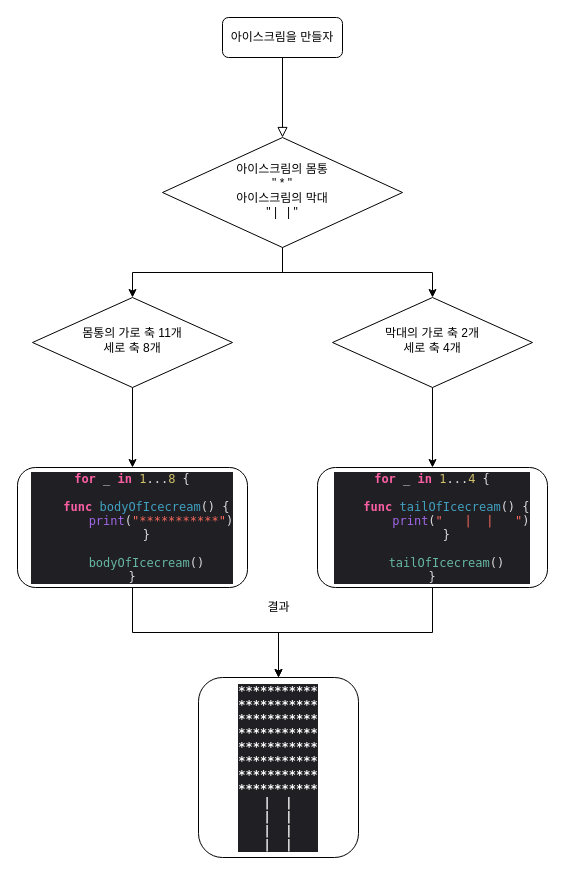
The draw.io diagram icecream.drawio in yagom-academy/swift-starter-Round1, before the edit. Source tidied: cells renumbered, new cells numbered last; positions are measured from the earlier drawing's top-left corner, leaving out a move shared by most shapes. Both pictures are drawn from the tidied source at 100%, with x=0, y=0 at pixel (17, 17).
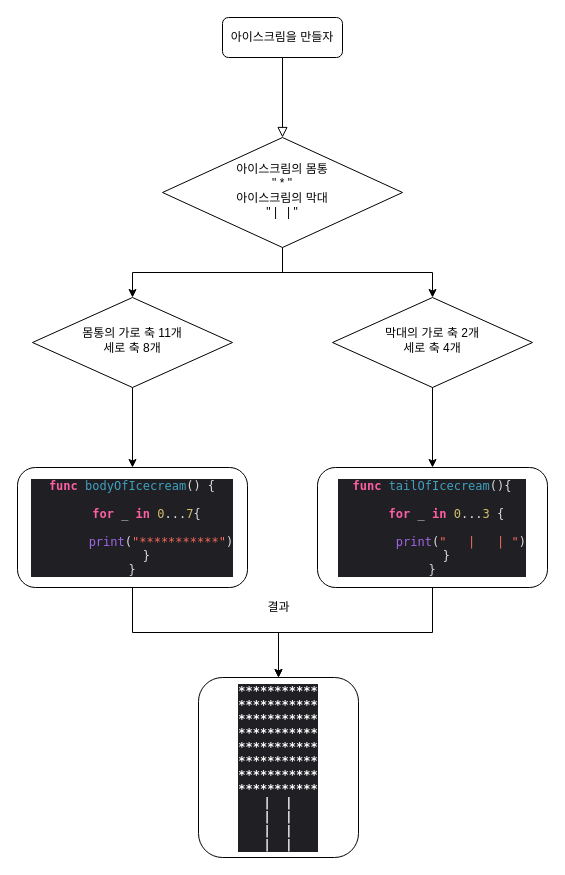
After the change.

Diff of the diagram source:
```diff
@@
 <mxGraphModel>
   <root>
     <mxCell id="0" />
     <mxCell id="1" parent="0" />
     <mxCell id="2" style="rounded=0;html=1;jettySize=auto;fontSize=11;endArrow=block;endFill=0;endSize=8;strokeWidth=1;shadow=0;labelBackgroundColor=none;edgeStyle=orthogonalEdgeStyle;" parent="1" edge="1" source="3" target="6">
       <mxGeometry relative="1" as="geometry" />
     </mxCell>
     <mxCell id="3" value="아이스크림을 만들자" style="rounded=1;whiteSpace=wrap;html=1;fontSize=12;glass=0;strokeWidth=1;shadow=0;" parent="1" vertex="1">
       <mxGeometry x="205" width="120" height="40" as="geometry" />
     </mxCell>
     <mxCell id="4" style="edgeStyle=orthogonalEdgeStyle;rounded=0;jettySize=auto;html=1;entryX=0.5;entryY=0;entryDx=0;entryDy=0;" parent="1" edge="1" source="6" target="8">
       <mxGeometry relative="1" as="geometry" />
     </mxCell>
     <mxCell id="5" style="edgeStyle=orthogonalEdgeStyle;rounded=0;jettySize=auto;html=1;entryX=0.5;entryY=0;entryDx=0;entryDy=0;" parent="1" edge="1" source="6" target="12">
       <mxGeometry relative="1" as="geometry" />
     </mxCell>
     <mxCell id="6" value="아이스크림의 몸통 &lt;br&gt;&quot; * &quot;&lt;br&gt;아이스크림의 막대&lt;br&gt;&quot; |&amp;nbsp; &amp;nbsp;| &quot;" style="rhombus;whiteSpace=wrap;html=1;shadow=0;fontFamily=Helvetica;fontSize=12;align=center;strokeWidth=1;spacing=6;spacingTop=-4;" parent="1" vertex="1">
       <mxGeometry x="145" y="120" width="240" height="110" as="geometry" />
     </mxCell>
     <mxCell id="7" style="edgeStyle=orthogonalEdgeStyle;rounded=0;jettySize=auto;html=1;" parent="1" edge="1" source="8" target="10">
       <mxGeometry relative="1" as="geometry" />
     </mxCell>
     <mxCell id="8" value="몸통의 가로 축 11개&lt;br&gt;세로 축 8개" style="rhombus;whiteSpace=wrap;html=1;shadow=0;fontFamily=Helvetica;fontSize=12;align=center;strokeWidth=1;spacing=6;spacingTop=-4;" parent="1" vertex="1">
       <mxGeometry x="15" y="280" width="200" height="90" as="geometry" />
     </mxCell>
     <mxCell id="9" style="edgeStyle=orthogonalEdgeStyle;rounded=0;jettySize=auto;html=1;" parent="1" edge="1" source="10" target="15">
       <mxGeometry relative="1" as="geometry" />
     </mxCell>
-    <mxCell id="10" value="&lt;p class=&quot;p1&quot; style=&quot;margin: 0px ; font-stretch: normal ; line-height: normal ; font-family: &amp;#34;menlo&amp;#34; ; color: rgba(255 , 255 , 255 , 0.85) ; background-color: rgb(31 , 31 , 36)&quot;&gt;&lt;span class=&quot;s1&quot; style=&quot;color: rgb(252 , 95 , 163)&quot;&gt;&lt;b&gt;for&lt;/b&gt;&lt;/span&gt; _ &lt;span class=&quot;s1&quot; style=&quot;color: rgb(252 , 95 , 163)&quot;&gt;&lt;b&gt;in&lt;/b&gt;&lt;/span&gt; &lt;span class=&quot;s2&quot; style=&quot;color: rgb(208 , 191 , 105)&quot;&gt;1&lt;/span&gt;...&lt;span class=&quot;s2&quot; style=&quot;color: rgb(208 , 191 , 105)&quot;&gt;8&lt;/span&gt; {&lt;/p&gt;&lt;p class=&quot;p2&quot; style=&quot;margin: 0px ; font-stretch: normal ; line-height: normal ; font-family: &amp;#34;menlo&amp;#34; ; color: rgba(255 , 255 , 255 , 0.85) ; background-color: rgb(31 , 31 , 36) ; min-height: 14px&quot;&gt;&lt;span class=&quot;Apple-converted-space&quot;&gt;&amp;nbsp;&amp;nbsp; &amp;nbsp;&lt;/span&gt;&lt;/p&gt;&lt;p class=&quot;p3&quot; style=&quot;margin: 0px ; font-stretch: normal ; line-height: normal ; font-family: &amp;#34;menlo&amp;#34; ; color: rgb(65 , 161 , 192) ; background-color: rgb(31 , 31 , 36)&quot;&gt;&lt;span class=&quot;s3&quot; style=&quot;color: rgba(255 , 255 , 255 , 0.85)&quot;&gt;&amp;nbsp; &amp;nbsp; &lt;/span&gt;&lt;span class=&quot;s1&quot; style=&quot;color: rgb(252 , 95 , 163)&quot;&gt;&lt;b&gt;func&lt;/b&gt;&lt;/span&gt;&lt;span class=&quot;s3&quot; style=&quot;color: rgba(255 , 255 , 255 , 0.85)&quot;&gt; &lt;/span&gt;bodyOfIcecream&lt;span class=&quot;s3&quot; style=&quot;color: rgba(255 , 255 , 255 , 0.85)&quot;&gt;() {&lt;/span&gt;&lt;/p&gt;&lt;p class=&quot;p4&quot; style=&quot;margin: 0px ; font-stretch: normal ; line-height: normal ; font-family: &amp;#34;menlo&amp;#34; ; color: rgb(252 , 106 , 93) ; background-color: rgb(31 , 31 , 36)&quot;&gt;&lt;span class=&quot;s3&quot; style=&quot;color: rgba(255 , 255 , 255 , 0.85)&quot;&gt;&amp;nbsp; &amp;nbsp; &amp;nbsp; &amp;nbsp; &lt;/span&gt;&lt;span class=&quot;s4&quot; style=&quot;color: rgb(161 , 103 , 230)&quot;&gt;print&lt;/span&gt;&lt;span class=&quot;s3&quot; style=&quot;color: rgba(255 , 255 , 255 , 0.85)&quot;&gt;(&lt;/span&gt;&quot;***********&quot;&lt;span class=&quot;s3&quot; style=&quot;color: rgba(255 , 255 , 255 , 0.85)&quot;&gt;)&lt;/span&gt;&lt;/p&gt;&lt;p class=&quot;p1&quot; style=&quot;margin: 0px ; font-stretch: normal ; line-height: normal ; font-family: &amp;#34;menlo&amp;#34; ; color: rgba(255 , 255 , 255 , 0.85) ; background-color: rgb(31 , 31 , 36)&quot;&gt;&lt;span class=&quot;Apple-converted-space&quot;&gt;&amp;nbsp; &amp;nbsp; &lt;/span&gt;}&lt;/p&gt;&lt;p class=&quot;p2&quot; style=&quot;margin: 0px ; font-stretch: normal ; line-height: normal ; font-family: &amp;#34;menlo&amp;#34; ; color: rgba(255 , 255 , 255 , 0.85) ; background-color: rgb(31 , 31 , 36) ; min-height: 14px&quot;&gt;&lt;span class=&quot;Apple-converted-space&quot;&gt;&amp;nbsp;&amp;nbsp; &amp;nbsp;&lt;/span&gt;&lt;/p&gt;&lt;p class=&quot;p5&quot; style=&quot;margin: 0px ; font-stretch: normal ; line-height: normal ; font-family: &amp;#34;menlo&amp;#34; ; color: rgb(103 , 183 , 164) ; background-color: rgb(31 , 31 , 36)&quot;&gt;&lt;span class=&quot;s3&quot; style=&quot;color: rgba(255 , 255 , 255 , 0.85)&quot;&gt;&amp;nbsp; &amp;nbsp; &lt;/span&gt;bodyOfIcecream&lt;span class=&quot;s3&quot; style=&quot;color: rgba(255 , 255 , 255 , 0.85)&quot;&gt;()&lt;/span&gt;&lt;/p&gt;&lt;p class=&quot;p1&quot; style=&quot;margin: 0px ; font-stretch: normal ; line-height: normal ; font-family: &amp;#34;menlo&amp;#34; ; color: rgba(255 , 255 , 255 , 0.85) ; background-color: rgb(31 , 31 , 36)&quot;&gt;}&lt;/p&gt;" style="rounded=1;whiteSpace=wrap;html=1;fontSize=12;glass=0;strokeWidth=1;shadow=0;" parent="1" vertex="1">
+    <mxCell id="10" value="&lt;p class=&quot;p1&quot; style=&quot;margin: 0px ; font-stretch: normal ; line-height: normal ; font-family: &amp;#34;menlo&amp;#34; ; color: rgb(65 , 161 , 192) ; background-color: rgb(31 , 31 , 36)&quot;&gt;&lt;span class=&quot;s1&quot; style=&quot;color: rgb(252 , 95 , 163)&quot;&gt;&lt;b&gt;func&lt;/b&gt;&lt;/span&gt;&lt;span class=&quot;s2&quot; style=&quot;color: rgba(255 , 255 , 255 , 0.85)&quot;&gt; &lt;/span&gt;bodyOfIcecream&lt;span class=&quot;s2&quot; style=&quot;color: rgba(255 , 255 , 255 , 0.85)&quot;&gt;() {&lt;/span&gt;&lt;/p&gt;&lt;p class=&quot;p2&quot; style=&quot;margin: 0px ; font-stretch: normal ; line-height: normal ; font-family: &amp;#34;menlo&amp;#34; ; color: rgba(255 , 255 , 255 , 0.85) ; background-color: rgb(31 , 31 , 36) ; min-height: 14px&quot;&gt;&lt;span class=&quot;Apple-converted-space&quot;&gt;&amp;nbsp;&amp;nbsp; &amp;nbsp;&lt;/span&gt;&lt;/p&gt;&lt;p class=&quot;p3&quot; style=&quot;margin: 0px ; font-stretch: normal ; line-height: normal ; font-family: &amp;#34;menlo&amp;#34; ; color: rgba(255 , 255 , 255 , 0.85) ; background-color: rgb(31 , 31 , 36)&quot;&gt;&lt;span class=&quot;Apple-converted-space&quot;&gt;&amp;nbsp; &amp;nbsp; &lt;/span&gt;&lt;span class=&quot;s1&quot; style=&quot;color: rgb(252 , 95 , 163)&quot;&gt;&lt;b&gt;for&lt;/b&gt;&lt;/span&gt; _ &lt;span class=&quot;s1&quot; style=&quot;color: rgb(252 , 95 , 163)&quot;&gt;&lt;b&gt;in&lt;/b&gt;&lt;/span&gt; &lt;span class=&quot;s3&quot; style=&quot;color: rgb(208 , 191 , 105)&quot;&gt;0&lt;/span&gt;...&lt;span class=&quot;s3&quot; style=&quot;color: rgb(208 , 191 , 105)&quot;&gt;7&lt;/span&gt;{&lt;/p&gt;&lt;p class=&quot;p2&quot; style=&quot;margin: 0px ; font-stretch: normal ; line-height: normal ; font-family: &amp;#34;menlo&amp;#34; ; color: rgba(255 , 255 , 255 , 0.85) ; background-color: rgb(31 , 31 , 36) ; min-height: 14px&quot;&gt;&lt;span class=&quot;Apple-converted-space&quot;&gt;&amp;nbsp;&amp;nbsp; &amp;nbsp; &amp;nbsp; &amp;nbsp;&lt;/span&gt;&lt;/p&gt;&lt;p class=&quot;p4&quot; style=&quot;margin: 0px ; font-stretch: normal ; line-height: normal ; font-family: &amp;#34;menlo&amp;#34; ; color: rgb(252 , 106 , 93) ; background-color: rgb(31 , 31 , 36)&quot;&gt;&lt;span class=&quot;s2&quot; style=&quot;color: rgba(255 , 255 , 255 , 0.85)&quot;&gt;&amp;nbsp; &amp;nbsp; &amp;nbsp; &amp;nbsp; &lt;/span&gt;&lt;span class=&quot;s4&quot; style=&quot;color: rgb(161 , 103 , 230)&quot;&gt;print&lt;/span&gt;&lt;span class=&quot;s2&quot; style=&quot;color: rgba(255 , 255 , 255 , 0.85)&quot;&gt;(&lt;/span&gt;&quot;***********&quot;&lt;span class=&quot;s2&quot; style=&quot;color: rgba(255 , 255 , 255 , 0.85)&quot;&gt;)&lt;/span&gt;&lt;/p&gt;&lt;p class=&quot;p3&quot; style=&quot;margin: 0px ; font-stretch: normal ; line-height: normal ; font-family: &amp;#34;menlo&amp;#34; ; color: rgba(255 , 255 , 255 , 0.85) ; background-color: rgb(31 , 31 , 36)&quot;&gt;&lt;span class=&quot;Apple-converted-space&quot;&gt;&amp;nbsp; &amp;nbsp; &lt;/span&gt;}&lt;/p&gt;&lt;p class=&quot;p3&quot; style=&quot;margin: 0px ; font-stretch: normal ; line-height: normal ; font-family: &amp;#34;menlo&amp;#34; ; color: rgba(255 , 255 , 255 , 0.85) ; background-color: rgb(31 , 31 , 36)&quot;&gt;}&lt;/p&gt;" style="rounded=1;whiteSpace=wrap;html=1;fontSize=12;glass=0;strokeWidth=1;shadow=0;" parent="1" vertex="1">
       <mxGeometry y="450" width="230" height="120" as="geometry" />
     </mxCell>
     <mxCell id="11" style="edgeStyle=orthogonalEdgeStyle;rounded=0;jettySize=auto;html=1;" parent="1" edge="1" source="12" target="14">
       <mxGeometry relative="1" as="geometry" />
     </mxCell>
     <mxCell id="12" value="막대의 가로 축 2개&lt;br&gt;세로 축 4개" style="rhombus;whiteSpace=wrap;html=1;shadow=0;strokeWidth=1;spacing=6;spacingTop=-4;" parent="1" vertex="1">
       <mxGeometry x="315" y="280" width="200" height="90" as="geometry" />
     </mxCell>
     <mxCell id="13" style="edgeStyle=orthogonalEdgeStyle;rounded=0;jettySize=auto;html=1;" parent="1" edge="1" source="14" target="15">
       <mxGeometry relative="1" as="geometry" />
     </mxCell>
-    <mxCell id="14" value="&lt;p class=&quot;p1&quot; style=&quot;margin: 0px ; font-stretch: normal ; line-height: normal ; font-family: &amp;#34;menlo&amp;#34; ; color: rgba(255 , 255 , 255 , 0.85) ; background-color: rgb(31 , 31 , 36)&quot;&gt;&lt;span class=&quot;s1&quot; style=&quot;color: rgb(252 , 95 , 163)&quot;&gt;&lt;b&gt;for&lt;/b&gt;&lt;/span&gt; _ &lt;span class=&quot;s1&quot; style=&quot;color: rgb(252 , 95 , 163)&quot;&gt;&lt;b&gt;in&lt;/b&gt;&lt;/span&gt; &lt;span class=&quot;s2&quot; style=&quot;color: rgb(208 , 191 , 105)&quot;&gt;1&lt;/span&gt;...&lt;span class=&quot;s2&quot; style=&quot;color: rgb(208 , 191 , 105)&quot;&gt;4&lt;/span&gt; {&lt;/p&gt;&lt;p class=&quot;p2&quot; style=&quot;margin: 0px ; font-stretch: normal ; line-height: normal ; font-family: &amp;#34;menlo&amp;#34; ; color: rgba(255 , 255 , 255 , 0.85) ; background-color: rgb(31 , 31 , 36) ; min-height: 14px&quot;&gt;&lt;span class=&quot;Apple-converted-space&quot;&gt;&amp;nbsp;&amp;nbsp; &amp;nbsp;&lt;/span&gt;&lt;/p&gt;&lt;p class=&quot;p3&quot; style=&quot;margin: 0px ; font-stretch: normal ; line-height: normal ; font-family: &amp;#34;menlo&amp;#34; ; color: rgb(65 , 161 , 192) ; background-color: rgb(31 , 31 , 36)&quot;&gt;&lt;span class=&quot;s3&quot; style=&quot;color: rgba(255 , 255 , 255 , 0.85)&quot;&gt;&amp;nbsp; &amp;nbsp; &lt;/span&gt;&lt;span class=&quot;s1&quot; style=&quot;color: rgb(252 , 95 , 163)&quot;&gt;&lt;b&gt;func&lt;/b&gt;&lt;/span&gt;&lt;span class=&quot;s3&quot; style=&quot;color: rgba(255 , 255 , 255 , 0.85)&quot;&gt; &lt;/span&gt;tailOfIcecream&lt;span class=&quot;s3&quot; style=&quot;color: rgba(255 , 255 , 255 , 0.85)&quot;&gt;() {&lt;/span&gt;&lt;/p&gt;&lt;p class=&quot;p4&quot; style=&quot;margin: 0px ; font-stretch: normal ; line-height: normal ; font-family: &amp;#34;menlo&amp;#34; ; color: rgb(252 , 106 , 93) ; background-color: rgb(31 , 31 , 36)&quot;&gt;&lt;span class=&quot;s3&quot; style=&quot;color: rgba(255 , 255 , 255 , 0.85)&quot;&gt;&amp;nbsp; &amp;nbsp; &amp;nbsp; &amp;nbsp; &lt;/span&gt;&lt;span class=&quot;s4&quot; style=&quot;color: rgb(161 , 103 , 230)&quot;&gt;print&lt;/span&gt;&lt;span class=&quot;s3&quot; style=&quot;color: rgba(255 , 255 , 255 , 0.85)&quot;&gt;(&lt;/span&gt;&quot; &lt;span class=&quot;Apple-converted-space&quot;&gt;&amp;nbsp; &lt;/span&gt;|&lt;span class=&quot;Apple-converted-space&quot;&gt;&amp;nbsp; &lt;/span&gt;| &lt;span class=&quot;Apple-converted-space&quot;&gt;&amp;nbsp; &lt;/span&gt;&quot;&lt;span class=&quot;s3&quot; style=&quot;color: rgba(255 , 255 , 255 , 0.85)&quot;&gt;)&lt;/span&gt;&lt;/p&gt;&lt;p class=&quot;p1&quot; style=&quot;margin: 0px ; font-stretch: normal ; line-height: normal ; font-family: &amp;#34;menlo&amp;#34; ; color: rgba(255 , 255 , 255 , 0.85) ; background-color: rgb(31 , 31 , 36)&quot;&gt;&lt;span class=&quot;Apple-converted-space&quot;&gt;&amp;nbsp; &amp;nbsp; &lt;/span&gt;}&lt;/p&gt;&lt;p class=&quot;p2&quot; style=&quot;margin: 0px ; font-stretch: normal ; line-height: normal ; font-family: &amp;#34;menlo&amp;#34; ; color: rgba(255 , 255 , 255 , 0.85) ; background-color: rgb(31 , 31 , 36) ; min-height: 14px&quot;&gt;&lt;span class=&quot;Apple-converted-space&quot;&gt;&amp;nbsp;&amp;nbsp; &amp;nbsp;&lt;/span&gt;&lt;/p&gt;&lt;p class=&quot;p5&quot; style=&quot;margin: 0px ; font-stretch: normal ; line-height: normal ; font-family: &amp;#34;menlo&amp;#34; ; color: rgb(103 , 183 , 164) ; background-color: rgb(31 , 31 , 36)&quot;&gt;&lt;span class=&quot;s3&quot; style=&quot;color: rgba(255 , 255 , 255 , 0.85)&quot;&gt;&amp;nbsp; &amp;nbsp; &lt;/span&gt;tailOfIcecream&lt;span class=&quot;s3&quot; style=&quot;color: rgba(255 , 255 , 255 , 0.85)&quot;&gt;()&lt;/span&gt;&lt;/p&gt;&lt;p class=&quot;p1&quot; style=&quot;margin: 0px ; font-stretch: normal ; line-height: normal ; font-family: &amp;#34;menlo&amp;#34; ; color: rgba(255 , 255 , 255 , 0.85) ; background-color: rgb(31 , 31 , 36)&quot;&gt;}&lt;/p&gt;" style="rounded=1;whiteSpace=wrap;html=1;" parent="1" vertex="1">
+    <mxCell id="14" value="&lt;p class=&quot;p1&quot; style=&quot;margin: 0px ; font-stretch: normal ; line-height: normal ; font-family: &amp;#34;menlo&amp;#34; ; color: rgb(65 , 161 , 192) ; background-color: rgb(31 , 31 , 36)&quot;&gt;&lt;span class=&quot;s1&quot; style=&quot;color: rgb(252 , 95 , 163)&quot;&gt;&lt;b&gt;func&lt;/b&gt;&lt;/span&gt;&lt;span class=&quot;s2&quot; style=&quot;color: rgba(255 , 255 , 255 , 0.85)&quot;&gt; &lt;/span&gt;tailOfIcecream&lt;span class=&quot;s2&quot; style=&quot;color: rgba(255 , 255 , 255 , 0.85)&quot;&gt;(){&lt;/span&gt;&lt;/p&gt;&lt;p class=&quot;p2&quot; style=&quot;margin: 0px ; font-stretch: normal ; line-height: normal ; font-family: &amp;#34;menlo&amp;#34; ; color: rgba(255 , 255 , 255 , 0.85) ; background-color: rgb(31 , 31 , 36) ; min-height: 14px&quot;&gt;&lt;span class=&quot;Apple-converted-space&quot;&gt;&amp;nbsp;&amp;nbsp; &amp;nbsp;&lt;/span&gt;&lt;/p&gt;&lt;p class=&quot;p3&quot; style=&quot;margin: 0px ; font-stretch: normal ; line-height: normal ; font-family: &amp;#34;menlo&amp;#34; ; color: rgba(255 , 255 , 255 , 0.85) ; background-color: rgb(31 , 31 , 36)&quot;&gt;&lt;span class=&quot;Apple-converted-space&quot;&gt;&amp;nbsp; &amp;nbsp; &lt;/span&gt;&lt;span class=&quot;s1&quot; style=&quot;color: rgb(252 , 95 , 163)&quot;&gt;&lt;b&gt;for&lt;/b&gt;&lt;/span&gt; _ &lt;span class=&quot;s1&quot; style=&quot;color: rgb(252 , 95 , 163)&quot;&gt;&lt;b&gt;in&lt;/b&gt;&lt;/span&gt; &lt;span class=&quot;s3&quot; style=&quot;color: rgb(208 , 191 , 105)&quot;&gt;0&lt;/span&gt;...&lt;span class=&quot;s3&quot; style=&quot;color: rgb(208 , 191 , 105)&quot;&gt;3&lt;/span&gt; {&lt;/p&gt;&lt;p class=&quot;p2&quot; style=&quot;margin: 0px ; font-stretch: normal ; line-height: normal ; font-family: &amp;#34;menlo&amp;#34; ; color: rgba(255 , 255 , 255 , 0.85) ; background-color: rgb(31 , 31 , 36) ; min-height: 14px&quot;&gt;&lt;span class=&quot;Apple-converted-space&quot;&gt;&amp;nbsp;&amp;nbsp; &amp;nbsp; &amp;nbsp; &amp;nbsp;&lt;/span&gt;&lt;/p&gt;&lt;p class=&quot;p4&quot; style=&quot;margin: 0px ; font-stretch: normal ; line-height: normal ; font-family: &amp;#34;menlo&amp;#34; ; color: rgb(252 , 106 , 93) ; background-color: rgb(31 , 31 , 36)&quot;&gt;&lt;span class=&quot;s2&quot; style=&quot;color: rgba(255 , 255 , 255 , 0.85)&quot;&gt;&amp;nbsp; &amp;nbsp; &amp;nbsp; &amp;nbsp; &lt;/span&gt;&lt;span class=&quot;s4&quot; style=&quot;color: rgb(161 , 103 , 230)&quot;&gt;print&lt;/span&gt;&lt;span class=&quot;s2&quot; style=&quot;color: rgba(255 , 255 , 255 , 0.85)&quot;&gt;(&lt;/span&gt;&quot; &lt;span class=&quot;Apple-converted-space&quot;&gt;&amp;nbsp; &lt;/span&gt;| &lt;span class=&quot;Apple-converted-space&quot;&gt;&amp;nbsp; &lt;/span&gt;| &quot;&lt;span class=&quot;s2&quot; style=&quot;color: rgba(255 , 255 , 255 , 0.85)&quot;&gt;)&lt;/span&gt;&lt;/p&gt;&lt;p class=&quot;p3&quot; style=&quot;margin: 0px ; font-stretch: normal ; line-height: normal ; font-family: &amp;#34;menlo&amp;#34; ; color: rgba(255 , 255 , 255 , 0.85) ; background-color: rgb(31 , 31 , 36)&quot;&gt;&lt;span class=&quot;Apple-converted-space&quot;&gt;&amp;nbsp; &amp;nbsp; &lt;/span&gt;}&lt;/p&gt;&lt;p class=&quot;p3&quot; style=&quot;margin: 0px ; font-stretch: normal ; line-height: normal ; font-family: &amp;#34;menlo&amp;#34; ; color: rgba(255 , 255 , 255 , 0.85) ; background-color: rgb(31 , 31 , 36)&quot;&gt;}&lt;/p&gt;" style="rounded=1;whiteSpace=wrap;html=1;" parent="1" vertex="1">
       <mxGeometry x="300" y="450" width="230" height="120" as="geometry" />
     </mxCell>
     <mxCell id="15" value="&lt;p class=&quot;p1&quot; style=&quot;margin: 0px ; font-stretch: normal ; line-height: normal ; font-family: &amp;#34;menlo&amp;#34; ; color: rgb(255 , 255 , 255) ; background-color: rgb(31 , 31 , 36)&quot;&gt;&lt;b&gt;***********&lt;/b&gt;&lt;/p&gt;&lt;p class=&quot;p1&quot; style=&quot;margin: 0px ; font-stretch: normal ; line-height: normal ; font-family: &amp;#34;menlo&amp;#34; ; color: rgb(255 , 255 , 255) ; background-color: rgb(31 , 31 , 36)&quot;&gt;&lt;b&gt;***********&lt;/b&gt;&lt;/p&gt;&lt;p class=&quot;p1&quot; style=&quot;margin: 0px ; font-stretch: normal ; line-height: normal ; font-family: &amp;#34;menlo&amp;#34; ; color: rgb(255 , 255 , 255) ; background-color: rgb(31 , 31 , 36)&quot;&gt;&lt;b&gt;***********&lt;/b&gt;&lt;/p&gt;&lt;p class=&quot;p1&quot; style=&quot;margin: 0px ; font-stretch: normal ; line-height: normal ; font-family: &amp;#34;menlo&amp;#34; ; color: rgb(255 , 255 , 255) ; background-color: rgb(31 , 31 , 36)&quot;&gt;&lt;b&gt;***********&lt;/b&gt;&lt;/p&gt;&lt;p class=&quot;p1&quot; style=&quot;margin: 0px ; font-stretch: normal ; line-height: normal ; font-family: &amp;#34;menlo&amp;#34; ; color: rgb(255 , 255 , 255) ; background-color: rgb(31 , 31 , 36)&quot;&gt;&lt;b&gt;***********&lt;/b&gt;&lt;/p&gt;&lt;p class=&quot;p1&quot; style=&quot;margin: 0px ; font-stretch: normal ; line-height: normal ; font-family: &amp;#34;menlo&amp;#34; ; color: rgb(255 , 255 , 255) ; background-color: rgb(31 , 31 , 36)&quot;&gt;&lt;b&gt;***********&lt;/b&gt;&lt;/p&gt;&lt;p class=&quot;p1&quot; style=&quot;margin: 0px ; font-stretch: normal ; line-height: normal ; font-family: &amp;#34;menlo&amp;#34; ; color: rgb(255 , 255 , 255) ; background-color: rgb(31 , 31 , 36)&quot;&gt;&lt;b&gt;***********&lt;/b&gt;&lt;/p&gt;&lt;p class=&quot;p1&quot; style=&quot;margin: 0px ; font-stretch: normal ; line-height: normal ; font-family: &amp;#34;menlo&amp;#34; ; color: rgb(255 , 255 , 255) ; background-color: rgb(31 , 31 , 36)&quot;&gt;&lt;b&gt;***********&lt;/b&gt;&lt;/p&gt;&lt;p class=&quot;p1&quot; style=&quot;margin: 0px ; font-stretch: normal ; line-height: normal ; font-family: &amp;#34;menlo&amp;#34; ; color: rgb(255 , 255 , 255) ; background-color: rgb(31 , 31 , 36)&quot;&gt;&lt;b&gt;&lt;span class=&quot;Apple-converted-space&quot;&gt;&amp;nbsp;&amp;nbsp; &lt;/span&gt;|&lt;span class=&quot;Apple-converted-space&quot;&gt;&amp;nbsp; &lt;/span&gt;|&lt;span class=&quot;Apple-converted-space&quot;&gt;&amp;nbsp; &amp;nbsp;&lt;/span&gt;&lt;/b&gt;&lt;/p&gt;&lt;p class=&quot;p1&quot; style=&quot;margin: 0px ; font-stretch: normal ; line-height: normal ; font-family: &amp;#34;menlo&amp;#34; ; color: rgb(255 , 255 , 255) ; background-color: rgb(31 , 31 , 36)&quot;&gt;&lt;b&gt;&lt;span class=&quot;Apple-converted-space&quot;&gt;&amp;nbsp;&amp;nbsp; &lt;/span&gt;|&lt;span class=&quot;Apple-converted-space&quot;&gt;&amp;nbsp; &lt;/span&gt;|&lt;span class=&quot;Apple-converted-space&quot;&gt;&amp;nbsp; &amp;nbsp;&lt;/span&gt;&lt;/b&gt;&lt;/p&gt;&lt;p class=&quot;p1&quot; style=&quot;margin: 0px ; font-stretch: normal ; line-height: normal ; font-family: &amp;#34;menlo&amp;#34; ; color: rgb(255 , 255 , 255) ; background-color: rgb(31 , 31 , 36)&quot;&gt;&lt;b&gt;&lt;span class=&quot;Apple-converted-space&quot;&gt;&amp;nbsp;&amp;nbsp; &lt;/span&gt;|&lt;span class=&quot;Apple-converted-space&quot;&gt;&amp;nbsp; &lt;/span&gt;|&lt;span class=&quot;Apple-converted-space&quot;&gt;&amp;nbsp; &amp;nbsp;&lt;/span&gt;&lt;/b&gt;&lt;/p&gt;&lt;p class=&quot;p1&quot; style=&quot;margin: 0px ; font-stretch: normal ; line-height: normal ; font-family: &amp;#34;menlo&amp;#34; ; color: rgb(255 , 255 , 255) ; background-color: rgb(31 , 31 , 36)&quot;&gt;&lt;b&gt;&lt;span class=&quot;Apple-converted-space&quot;&gt;&amp;nbsp;&amp;nbsp; &lt;/span&gt;|&lt;span class=&quot;Apple-converted-space&quot;&gt;&amp;nbsp; &lt;/span&gt;|&lt;span class=&quot;Apple-converted-space&quot;&gt;&amp;nbsp; &amp;nbsp;&lt;/span&gt;&lt;/b&gt;&lt;/p&gt;" style="whiteSpace=wrap;html=1;rounded=1;glass=0;strokeWidth=1;shadow=0;" parent="1" vertex="1">
       <mxGeometry x="181" y="660" width="160" height="180" as="geometry" />
     </mxCell>
     <mxCell id="16" value="결과" style="text;html=1;align=center;verticalAlign=middle;strokeColor=none;fillColor=none;" parent="1" vertex="1">
       <mxGeometry x="241" y="580" width="40" height="20" as="geometry" />
     </mxCell>
   </root>
 </mxGraphModel>
```
